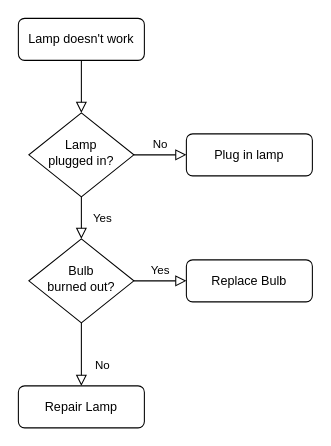
1363797161/fang keeps this draw.io diagram as 页面发布.drawio. Above is the earlier version. Source tidied: cells renumbered, new cells numbered last; positions are measured from the earlier drawing's top-left corner, leaving out a move shared by most shapes. Both pictures are drawn from the tidied source at 105%, with x=0, y=0 at pixel (18, 18).
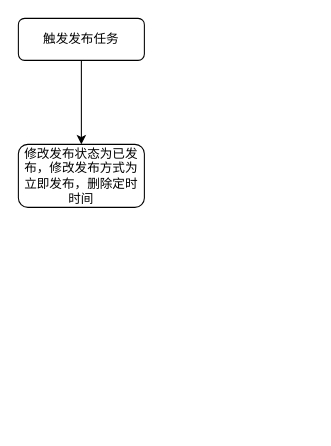
The same diagram, later.

Commit message (it also covers changes not shown here):
更新页面发布.drawio

Change to the diagram source:
```diff
@@
 <mxGraphModel>
   <root>
     <mxCell id="0" />
     <mxCell id="1" parent="0" />
-    <mxCell id="2" style="rounded=0;html=1;jettySize=auto;fontSize=11;endArrow=block;endFill=0;endSize=8;strokeWidth=1;shadow=0;labelBackgroundColor=none;edgeStyle=orthogonalEdgeStyle;" parent="1" edge="1" source="3" target="6">
-      <mxGeometry relative="1" as="geometry" />
-    </mxCell>
+    <mxCell id="13" style="edgeStyle=orthogonalEdgeStyle;rounded=0;jettySize=auto;html=1;" parent="1" edge="1" source="3" target="14">
+      <mxGeometry relative="1" as="geometry" />
+    </mxCell>
-    <mxCell id="3" value="Lamp doesn't work" style="rounded=1;whiteSpace=wrap;html=1;fontSize=12;glass=0;strokeWidth=1;shadow=0;" parent="1" vertex="1">
+    <mxCell id="3" value="触发发布任务" style="rounded=1;whiteSpace=wrap;html=1;fontSize=12;glass=0;strokeWidth=1;shadow=0;" parent="1" vertex="1">
       <mxGeometry width="120" height="40" as="geometry" />
     </mxCell>
-    <mxCell id="4" value="Yes" style="rounded=0;html=1;jettySize=auto;fontSize=11;endArrow=block;endFill=0;endSize=8;strokeWidth=1;shadow=0;labelBackgroundColor=none;edgeStyle=orthogonalEdgeStyle;" parent="1" edge="1" source="6" target="10">
-      <mxGeometry y="20" relative="1" as="geometry" />
-    </mxCell>
-    <mxCell id="5" value="No" style="edgeStyle=orthogonalEdgeStyle;rounded=0;html=1;jettySize=auto;fontSize=11;endArrow=block;endFill=0;endSize=8;strokeWidth=1;shadow=0;labelBackgroundColor=none;" parent="1" edge="1" source="6" target="7">
-      <mxGeometry y="10" relative="1" as="geometry" />
-    </mxCell>
-    <mxCell id="6" value="Lamp&lt;br&gt;plugged in?" style="rhombus;whiteSpace=wrap;html=1;shadow=0;fontFamily=Helvetica;fontSize=12;align=center;strokeWidth=1;spacing=6;spacingTop=-4;" parent="1" vertex="1">
-      <mxGeometry x="10" y="90" width="100" height="80" as="geometry" />
-    </mxCell>
-    <mxCell id="7" value="Plug in lamp" style="rounded=1;whiteSpace=wrap;html=1;fontSize=12;glass=0;strokeWidth=1;shadow=0;" parent="1" vertex="1">
-      <mxGeometry x="160" y="110" width="120" height="40" as="geometry" />
-    </mxCell>
-    <mxCell id="8" value="No" style="rounded=0;html=1;jettySize=auto;fontSize=11;endArrow=block;endFill=0;endSize=8;strokeWidth=1;shadow=0;labelBackgroundColor=none;edgeStyle=orthogonalEdgeStyle;" parent="1" edge="1" source="10" target="11">
-      <mxGeometry x="0.33" y="20" relative="1" as="geometry" />
-    </mxCell>
-    <mxCell id="9" value="Yes" style="edgeStyle=orthogonalEdgeStyle;rounded=0;html=1;jettySize=auto;fontSize=11;endArrow=block;endFill=0;endSize=8;strokeWidth=1;shadow=0;labelBackgroundColor=none;" parent="1" edge="1" source="10" target="12">
-      <mxGeometry y="10" relative="1" as="geometry" />
-    </mxCell>
-    <mxCell id="10" value="Bulb&lt;br&gt;burned out?" style="rhombus;whiteSpace=wrap;html=1;shadow=0;fontFamily=Helvetica;fontSize=12;align=center;strokeWidth=1;spacing=6;spacingTop=-4;" parent="1" vertex="1">
-      <mxGeometry x="10" y="210" width="100" height="80" as="geometry" />
-    </mxCell>
-    <mxCell id="11" value="Repair Lamp" style="rounded=1;whiteSpace=wrap;html=1;fontSize=12;glass=0;strokeWidth=1;shadow=0;" parent="1" vertex="1">
-      <mxGeometry y="350" width="120" height="40" as="geometry" />
-    </mxCell>
-    <mxCell id="12" value="Replace Bulb" style="rounded=1;whiteSpace=wrap;html=1;fontSize=12;glass=0;strokeWidth=1;shadow=0;" parent="1" vertex="1">
-      <mxGeometry x="160" y="230" width="120" height="40" as="geometry" />
-    </mxCell>
+    <mxCell id="14" value="修改发布状态为已发布，修改发布方式为立即发布，删除定时时间" style="rounded=1;whiteSpace=wrap;html=1;" parent="1" vertex="1">
+      <mxGeometry y="120" width="120" height="60" as="geometry" />
+    </mxCell>
   </root>
 </mxGraphModel>
```
